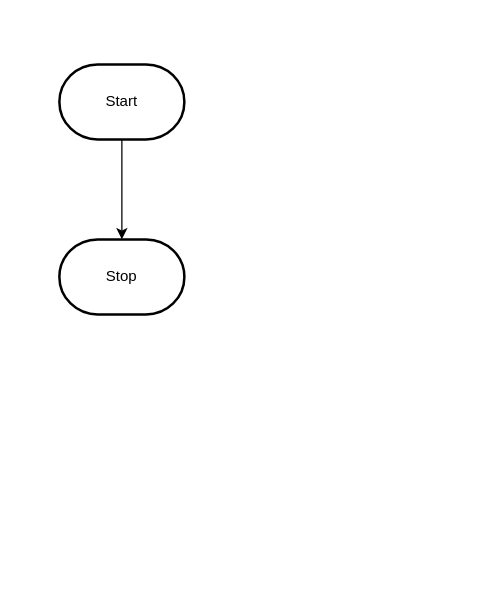
Above: design/flowchart.drawio in MTHS-TEJ2O-1-2023/TEJ2O-Unit-5-07-Ernest-Choy (draw.io), before the change. Source tidied: cells renumbered, new cells numbered last; positions are measured from the earlier drawing's top-left corner, leaving out a move shared by most shapes. Both pictures are drawn from the tidied source at 125%, with x=0, y=0 at pixel (59, 64).
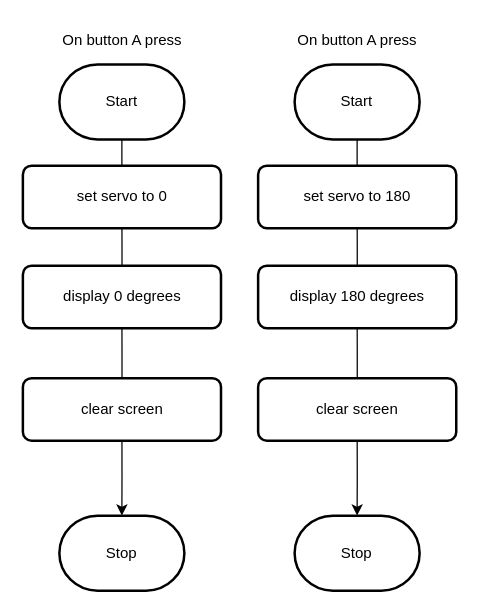
The same page after the edit.

Unchanged cells that the change refers to:
```xml
<mxCell id="3" value="Start" style="strokeWidth=2;html=1;shape=mxgraph.flowchart.terminator;whiteSpace=wrap;" parent="1" vertex="1">
  <mxGeometry width="100" height="60" as="geometry" />
</mxCell>
```

Change to the diagram source:
```diff
@@
-    <mxCell id="2" style="edgeStyle=orthogonalEdgeStyle;html=1;rounded=0;" parent="1" edge="1" source="3" target="4">
+    <mxCell id="2" style="edgeStyle=orthogonalEdgeStyle;html=1;rounded=0;startArrow=none;exitX=0.5;exitY=1;exitDx=0;exitDy=0;" parent="1" edge="1" source="11" target="4">
       <mxGeometry relative="1" as="geometry" />
     </mxCell>
@@
     <mxCell id="4" value="Stop" style="strokeWidth=2;html=1;shape=mxgraph.flowchart.terminator;whiteSpace=wrap;" parent="1" vertex="1">
-      <mxGeometry y="140" width="100" height="60" as="geometry" />
+      <mxGeometry y="361" width="100" height="60" as="geometry" />
     </mxCell>
+    <mxCell id="5" value="On button A press" style="text;html=1;align=center;verticalAlign=middle;strokeColor=none;fillColor=none;" parent="1" vertex="1">
+      <mxGeometry x="-10" y="-34" width="120" height="30" as="geometry" />
+    </mxCell>
+    <mxCell id="6" style="edgeStyle=orthogonalEdgeStyle;html=1;rounded=0;endArrow=none;" parent="1" edge="1" source="3">
+      <mxGeometry relative="1" as="geometry">
+        <mxPoint x="50" y="81" as="targetPoint" />
+      </mxGeometry>
+    </mxCell>
+    <mxCell id="7" value="set servo to 0" style="rounded=1;whiteSpace=wrap;html=1;absoluteArcSize=1;arcSize=14;strokeWidth=2;" parent="1" vertex="1">
+      <mxGeometry x="-29.2" y="81" width="158.5" height="50" as="geometry" />
+    </mxCell>
+    <mxCell id="8" style="edgeStyle=orthogonalEdgeStyle;html=1;rounded=0;startArrow=none;exitX=0.5;exitY=1;exitDx=0;exitDy=0;endArrow=none;" parent="1" edge="1" source="7" target="9">
+      <mxGeometry relative="1" as="geometry" />
+    </mxCell>
+    <mxCell id="9" value="display 0 degrees" style="rounded=1;whiteSpace=wrap;html=1;absoluteArcSize=1;arcSize=14;strokeWidth=2;" parent="1" vertex="1">
+      <mxGeometry x="-29.2" y="161" width="158.5" height="50" as="geometry" />
+    </mxCell>
+    <mxCell id="10" style="edgeStyle=orthogonalEdgeStyle;html=1;rounded=0;startArrow=none;exitX=0.5;exitY=1;exitDx=0;exitDy=0;endArrow=none;" parent="1" edge="1" source="9" target="11">
+      <mxGeometry relative="1" as="geometry" />
+    </mxCell>
+    <mxCell id="11" value="clear screen" style="rounded=1;whiteSpace=wrap;html=1;absoluteArcSize=1;arcSize=14;strokeWidth=2;" parent="1" vertex="1">
+      <mxGeometry x="-29.2" y="251" width="158.5" height="50" as="geometry" />
+    </mxCell>
+    <mxCell id="12" style="edgeStyle=orthogonalEdgeStyle;html=1;rounded=0;startArrow=none;exitX=0.5;exitY=1;exitDx=0;exitDy=0;" parent="1" edge="1" source="21" target="14">
+      <mxGeometry relative="1" as="geometry" />
+    </mxCell>
+    <mxCell id="13" value="Start" style="strokeWidth=2;html=1;shape=mxgraph.flowchart.terminator;whiteSpace=wrap;" parent="1" vertex="1">
+      <mxGeometry x="188.2" width="100" height="60" as="geometry" />
+    </mxCell>
+    <mxCell id="14" value="Stop" style="strokeWidth=2;html=1;shape=mxgraph.flowchart.terminator;whiteSpace=wrap;" parent="1" vertex="1">
+      <mxGeometry x="188.2" y="361" width="100" height="60" as="geometry" />
+    </mxCell>
+    <mxCell id="15" value="On button A press" style="text;html=1;align=center;verticalAlign=middle;strokeColor=none;fillColor=none;" parent="1" vertex="1">
+      <mxGeometry x="178.2" y="-34" width="120" height="30" as="geometry" />
+    </mxCell>
+    <mxCell id="16" style="edgeStyle=orthogonalEdgeStyle;html=1;rounded=0;endArrow=none;" parent="1" edge="1" source="13">
+      <mxGeometry relative="1" as="geometry">
+        <mxPoint x="238.2" y="81" as="targetPoint" />
+      </mxGeometry>
+    </mxCell>
+    <mxCell id="17" value="set servo to 180" style="rounded=1;whiteSpace=wrap;html=1;absoluteArcSize=1;arcSize=14;strokeWidth=2;" parent="1" vertex="1">
+      <mxGeometry x="159" y="81" width="158.5" height="50" as="geometry" />
+    </mxCell>
+    <mxCell id="18" style="edgeStyle=orthogonalEdgeStyle;html=1;rounded=0;startArrow=none;exitX=0.5;exitY=1;exitDx=0;exitDy=0;endArrow=none;" parent="1" edge="1" source="17" target="19">
+      <mxGeometry relative="1" as="geometry" />
+    </mxCell>
+    <mxCell id="19" value="display 180 degrees" style="rounded=1;whiteSpace=wrap;html=1;absoluteArcSize=1;arcSize=14;strokeWidth=2;" parent="1" vertex="1">
+      <mxGeometry x="159" y="161" width="158.5" height="50" as="geometry" />
+    </mxCell>
+    <mxCell id="20" style="edgeStyle=orthogonalEdgeStyle;html=1;rounded=0;startArrow=none;exitX=0.5;exitY=1;exitDx=0;exitDy=0;endArrow=none;" parent="1" edge="1" source="19" target="21">
+      <mxGeometry relative="1" as="geometry" />
+    </mxCell>
+    <mxCell id="21" value="clear screen" style="rounded=1;whiteSpace=wrap;html=1;absoluteArcSize=1;arcSize=14;strokeWidth=2;" parent="1" vertex="1">
+      <mxGeometry x="159" y="251" width="158.5" height="50" as="geometry" />
+    </mxCell>
```
